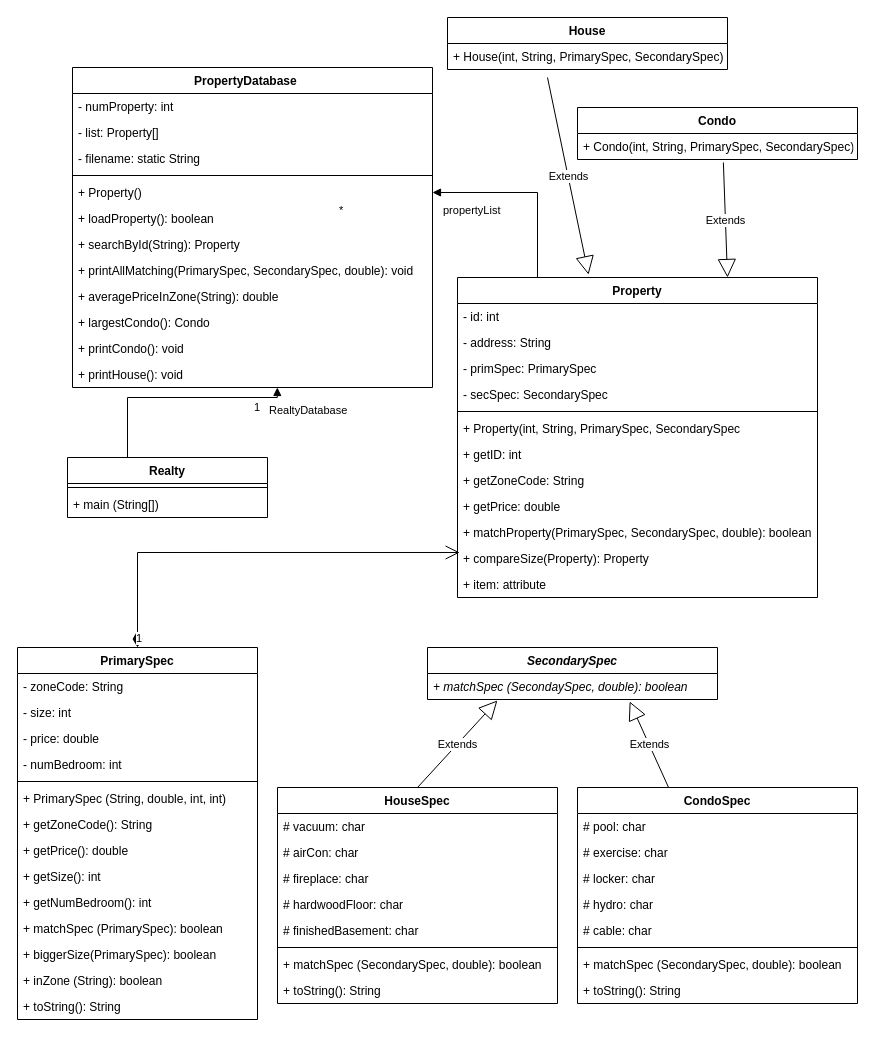
Above: OOP/RealtyDatabase/RealtyDatabase.drawio in wang-owen/ICS4U (draw.io), before the change. Source tidied: cells renumbered, new cells numbered last; positions are measured from the earlier drawing's top-left corner, leaving out a move shared by most shapes. Both pictures are drawn from the tidied source at 100%, with x=0, y=0 at pixel (17, 17).
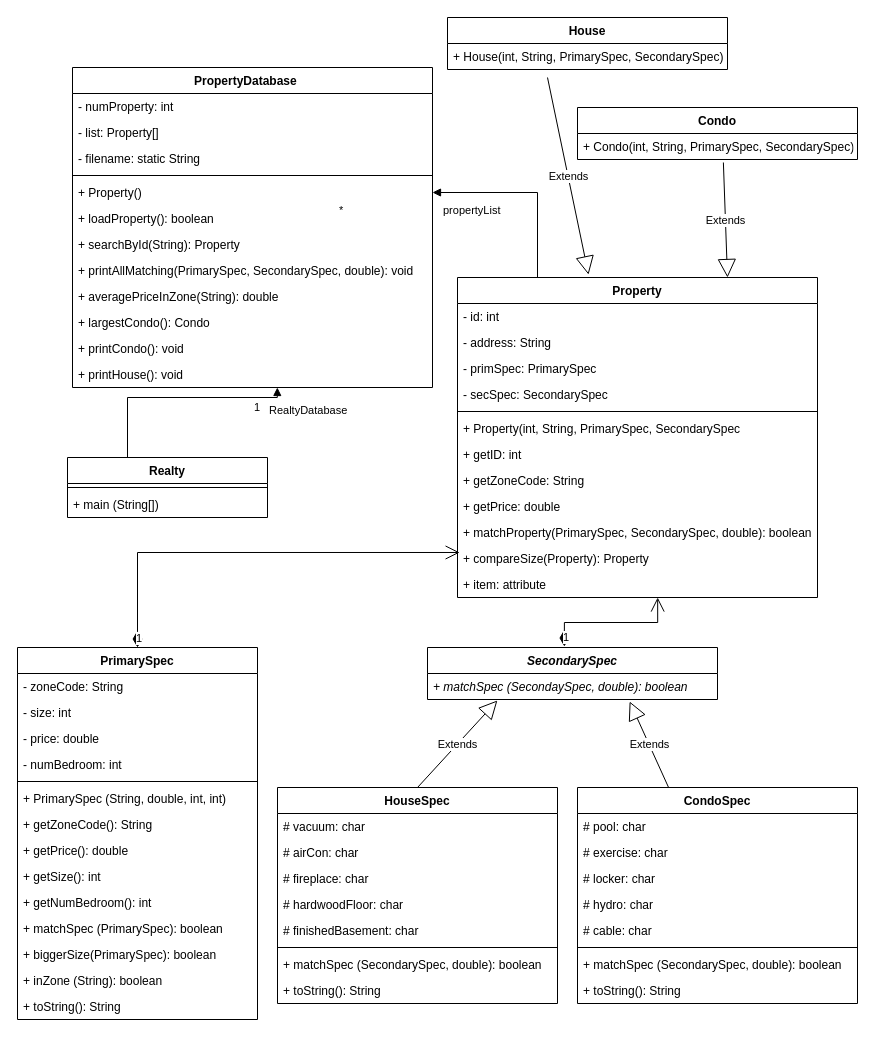
After the change.

The change refers to these unchanged cells:
```xml
<mxCell id="17" value="SecondarySpec" style="swimlane;fontStyle=3;align=center;verticalAlign=top;horizontal=1;startSize=26;" parent="1" vertex="1">
  <mxGeometry x="410" y="630" width="290" height="52" as="geometry" />
</mxCell>
<mxCell id="68" value="+ item: attribute" style="text;strokeColor=none;fillColor=none;align=left;verticalAlign=top;spacingLeft=4;spacingRight=4;overflow=hidden;points=[[0,0.5],[1,0.5]];portConstraint=eastwest;" parent="56" vertex="1">
  <mxGeometry y="294" width="360" height="26" as="geometry" />
</mxCell>
```

Change to the diagram source:
```diff
@@
+    <mxCell id="79" value="1" style="endArrow=open;html=1;endSize=12;startArrow=diamondThin;startSize=14;startFill=1;edgeStyle=orthogonalEdgeStyle;align=left;verticalAlign=bottom;rounded=0;exitX=0.472;exitY=-0.019;exitDx=0;exitDy=0;exitPerimeter=0;entryX=0.556;entryY=1;entryDx=0;entryDy=0;entryPerimeter=0;" parent="1" edge="1" source="17" target="68">
+      <mxGeometry x="-1" y="3" relative="1" as="geometry" />
+    </mxCell>
```
